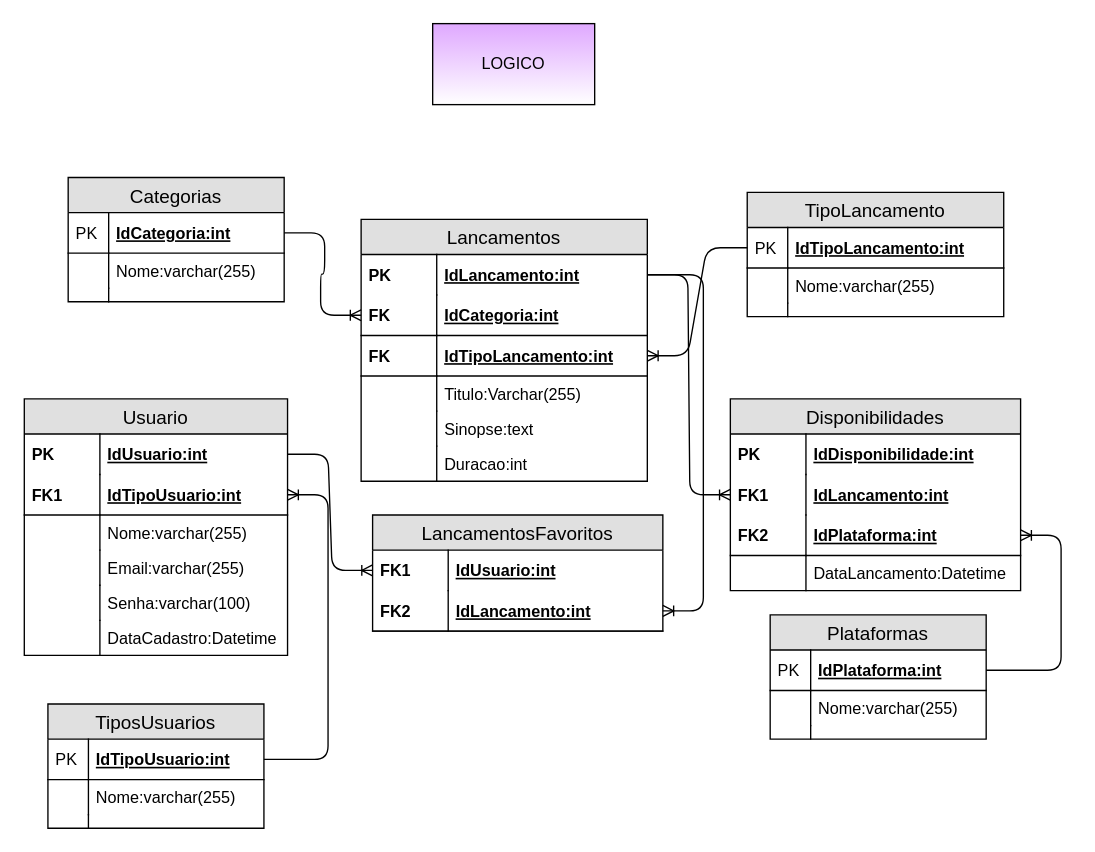
Above: page "LOGICO" (2 of 2) of BD/M_Opflix/M_diagrama.drawio in lukkanog/2s2019-sprint1-bd (draw.io), before the change. Source tidied: cells renumbered, new cells numbered last; positions are measured from the earlier drawing's top-left corner, leaving out a move shared by most shapes. Both pictures are drawn from the tidied source at 135%, with x=0, y=0 at pixel (24, 23).
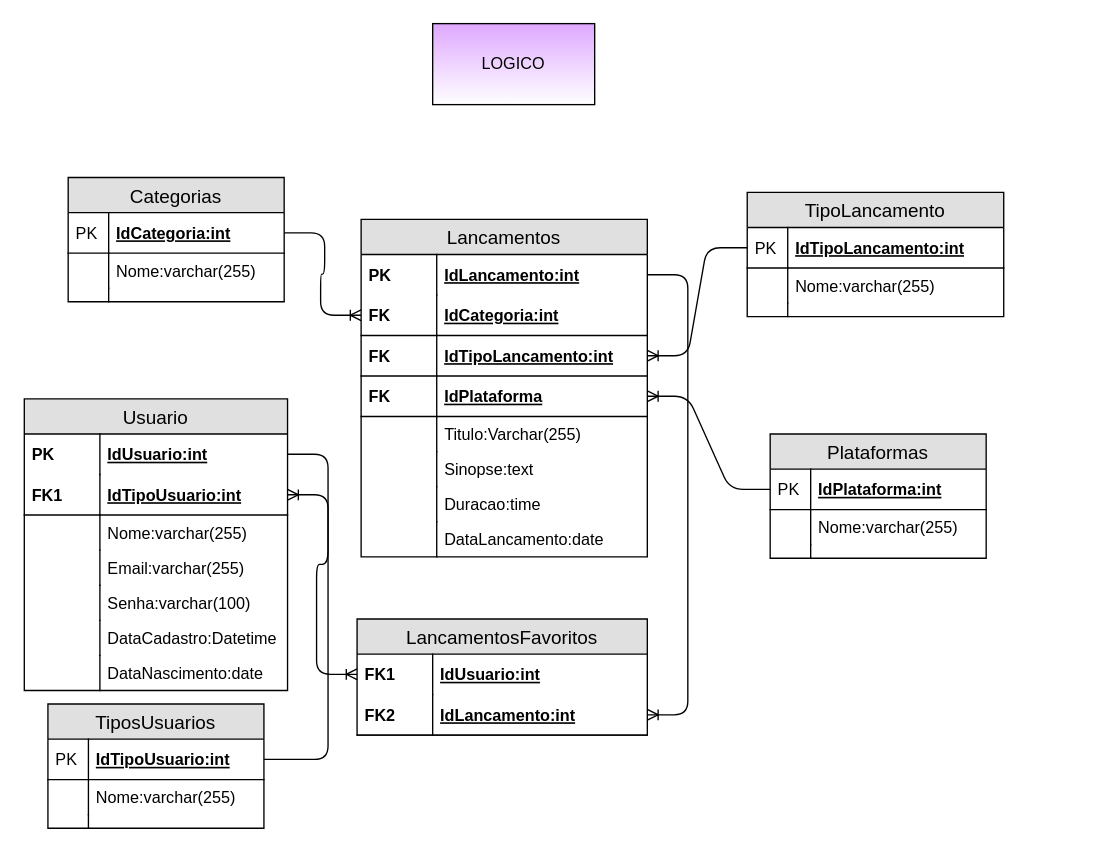
The same diagram, later.

Unchanged cells that the change refers to:
```xml
<mxCell id="38" value="IdLancamento:int" style="shape=partialRectangle;top=0;left=0;right=0;bottom=0;align=left;verticalAlign=middle;fillColor=none;spacingLeft=60;spacingRight=4;overflow=hidden;points=[[0,0.5],[1,0.5]];portConstraint=eastwest;fontStyle=5;fontSize=12;" parent="37" vertex="1">
  <mxGeometry y="26" width="212" height="30" as="geometry" />
</mxCell>
<mxCell id="63" value="IdPlataforma:int" style="shape=partialRectangle;top=0;left=0;right=0;bottom=1;align=left;verticalAlign=middle;fillColor=none;spacingLeft=34;spacingRight=4;overflow=hidden;points=[[0,0.5],[1,0.5]];portConstraint=eastwest;fontStyle=5;fontSize=12;" parent="62" vertex="1">
  <mxGeometry y="26" width="160" height="30" as="geometry" />
</mxCell>
```

What changed in the source:
```diff
@@
     <mxCell id="24" value="Usuario" style="swimlane;fontStyle=0;horizontal=1;startSize=26;fillColor=#e0e0e0;swimlaneFillColor=#ffffff;align=center;fontSize=14;" parent="1" vertex="1">
-      <mxGeometry x="-0.5" y="278" width="195" height="190" as="geometry" />
+      <mxGeometry x="-0.5" y="278" width="195" height="216" as="geometry" />
     </mxCell>
@@
+    <mxCell id="78" value="DataNascimento:date" style="shape=partialRectangle;top=0;left=0;right=0;bottom=0;align=left;verticalAlign=top;fillColor=none;spacingLeft=60;spacingRight=4;overflow=hidden;fontSize=12;" parent="24" vertex="1">
+      <mxGeometry y="190" width="195" height="26" as="geometry" />
+    </mxCell>
+    <mxCell id="79" style="shape=partialRectangle;top=0;left=0;bottom=0;fillColor=none;align=left;verticalAlign=top;spacingLeft=4;spacingRight=4;overflow=hidden;fontSize=12;" parent="78" vertex="1">
+      <mxGeometry width="56" height="26" as="geometry" />
+    </mxCell>
     <mxCell id="37" value="Lancamentos" style="swimlane;fontStyle=0;horizontal=1;startSize=26;fillColor=#e0e0e0;swimlaneFillColor=#ffffff;align=center;fontSize=14;" parent="1" vertex="1">
-      <mxGeometry x="249" y="145" width="212" height="194" as="geometry" />
+      <mxGeometry x="249" y="145" width="212" height="250" as="geometry" />
     </mxCell>
@@
+    <mxCell id="80" value="IdPlataforma" style="shape=partialRectangle;top=0;left=0;right=0;bottom=1;align=left;verticalAlign=middle;fillColor=none;spacingLeft=60;spacingRight=4;overflow=hidden;points=[[0,0.5],[1,0.5]];portConstraint=eastwest;fontStyle=5;fontSize=12;" parent="37" vertex="1">
+      <mxGeometry y="116" width="212" height="30" as="geometry" />
+    </mxCell>
+    <mxCell id="81" value="FK" style="shape=partialRectangle;fontStyle=1;top=0;left=0;bottom=0;fillColor=none;align=left;verticalAlign=middle;spacingLeft=4;spacingRight=4;overflow=hidden;fontSize=12;" parent="80" vertex="1">
+      <mxGeometry width="56" height="30" as="geometry" />
+    </mxCell>
     <mxCell id="44" value="Titulo:Varchar(255)" style="shape=partialRectangle;top=0;left=0;right=0;bottom=0;align=left;verticalAlign=top;fillColor=none;spacingLeft=60;spacingRight=4;overflow=hidden;fontSize=12;" parent="37" vertex="1">
-      <mxGeometry y="116" width="212" height="26" as="geometry" />
+      <mxGeometry y="146" width="212" height="26" as="geometry" />
     </mxCell>
@@
     <mxCell id="46" value="Sinopse:text" style="shape=partialRectangle;top=0;left=0;right=0;bottom=0;align=left;verticalAlign=top;fillColor=none;spacingLeft=60;spacingRight=4;overflow=hidden;fontSize=12;" parent="37" vertex="1">
-      <mxGeometry y="142" width="212" height="26" as="geometry" />
+      <mxGeometry y="172" width="212" height="26" as="geometry" />
     </mxCell>
@@
-    <mxCell id="48" value="Duracao:int" style="shape=partialRectangle;top=0;left=0;right=0;bottom=0;align=left;verticalAlign=top;fillColor=none;spacingLeft=60;spacingRight=4;overflow=hidden;fontSize=12;" parent="37" vertex="1">
-      <mxGeometry y="168" width="212" height="26" as="geometry" />
+    <mxCell id="48" value="Duracao:time" style="shape=partialRectangle;top=0;left=0;right=0;bottom=0;align=left;verticalAlign=top;fillColor=none;spacingLeft=60;spacingRight=4;overflow=hidden;fontSize=12;" parent="37" vertex="1">
+      <mxGeometry y="198" width="212" height="26" as="geometry" />
     </mxCell>
@@
+    <mxCell id="82" value="DataLancamento:date" style="shape=partialRectangle;top=0;left=0;right=0;bottom=0;align=left;verticalAlign=top;fillColor=none;spacingLeft=60;spacingRight=4;overflow=hidden;fontSize=12;" parent="37" vertex="1">
+      <mxGeometry y="224" width="212" height="26" as="geometry" />
+    </mxCell>
+    <mxCell id="83" style="shape=partialRectangle;top=0;left=0;bottom=0;fillColor=none;align=left;verticalAlign=top;spacingLeft=4;spacingRight=4;overflow=hidden;fontSize=12;" parent="82" vertex="1">
+      <mxGeometry width="56" height="26" as="geometry" />
+    </mxCell>
@@
-    <mxCell id="53" value="Disponibilidades" style="swimlane;fontStyle=0;horizontal=1;startSize=26;fillColor=#e0e0e0;swimlaneFillColor=#ffffff;align=center;fontSize=14;" parent="1" vertex="1">
-      <mxGeometry x="522.5" y="278" width="215" height="142" as="geometry" />
-    </mxCell>
-    <mxCell id="54" value="IdDisponibilidade:int" style="shape=partialRectangle;top=0;left=0;right=0;bottom=0;align=left;verticalAlign=middle;fillColor=none;spacingLeft=60;spacingRight=4;overflow=hidden;fontStyle=5;fontSize=12;" parent="53" vertex="1">
-      <mxGeometry y="26" width="215" height="30" as="geometry" />
-    </mxCell>
-    <mxCell id="55" value="PK" style="shape=partialRectangle;fontStyle=1;top=0;left=0;bottom=0;fillColor=none;align=left;verticalAlign=middle;spacingLeft=4;spacingRight=4;overflow=hidden;fontSize=12;" parent="54" vertex="1">
-      <mxGeometry width="56" height="30" as="geometry" />
-    </mxCell>
-    <mxCell id="56" value="IdLancamento:int" style="shape=partialRectangle;top=0;left=0;right=0;bottom=0;align=left;verticalAlign=middle;fillColor=none;spacingLeft=60;spacingRight=4;overflow=hidden;points=[[0,0.5],[1,0.5]];portConstraint=eastwest;fontStyle=5;fontSize=12;" parent="53" vertex="1">
-      <mxGeometry y="56" width="215" height="30" as="geometry" />
-    </mxCell>
-    <mxCell id="57" value="FK1" style="shape=partialRectangle;fontStyle=1;top=0;left=0;bottom=0;fillColor=none;align=left;verticalAlign=middle;spacingLeft=4;spacingRight=4;overflow=hidden;fontSize=12;" parent="56" vertex="1">
-      <mxGeometry width="56" height="30" as="geometry" />
-    </mxCell>
-    <mxCell id="58" value="IdPlataforma:int" style="shape=partialRectangle;top=0;left=0;right=0;bottom=1;align=left;verticalAlign=middle;fillColor=none;spacingLeft=60;spacingRight=4;overflow=hidden;points=[[0,0.5],[1,0.5]];portConstraint=eastwest;fontStyle=5;fontSize=12;" parent="53" vertex="1">
-      <mxGeometry y="86" width="215" height="30" as="geometry" />
-    </mxCell>
-    <mxCell id="59" value="FK2" style="shape=partialRectangle;fontStyle=1;top=0;left=0;bottom=0;fillColor=none;align=left;verticalAlign=middle;spacingLeft=4;spacingRight=4;overflow=hidden;fontSize=12;" parent="58" vertex="1">
-      <mxGeometry width="56" height="30" as="geometry" />
-    </mxCell>
-    <mxCell id="60" value="DataLancamento:Datetime" style="shape=partialRectangle;top=0;left=0;right=0;bottom=0;align=left;verticalAlign=top;fillColor=none;spacingLeft=60;spacingRight=4;overflow=hidden;fontSize=12;" parent="53" vertex="1">
-      <mxGeometry y="116" width="215" height="26" as="geometry" />
-    </mxCell>
-    <mxCell id="61" style="shape=partialRectangle;top=0;left=0;bottom=0;fillColor=none;align=left;verticalAlign=top;spacingLeft=4;spacingRight=4;overflow=hidden;fontSize=12;" parent="60" vertex="1">
-      <mxGeometry width="56" height="26" as="geometry" />
-    </mxCell>
     <mxCell id="62" value="Plataformas" style="swimlane;fontStyle=0;horizontal=1;startSize=26;fillColor=#e0e0e0;swimlaneFillColor=#ffffff;align=center;fontSize=14;" parent="1" vertex="1">
-      <mxGeometry x="552" y="438" width="160" height="92" as="geometry" />
+      <mxGeometry x="552" y="304" width="160" height="92" as="geometry" />
     </mxCell>
@@
     <mxCell id="69" value="LancamentosFavoritos" style="swimlane;fontStyle=0;horizontal=1;startSize=26;fillColor=#e0e0e0;swimlaneFillColor=#ffffff;align=center;fontSize=14;" parent="1" vertex="1">
-      <mxGeometry x="257.5" y="364" width="215" height="86" as="geometry" />
+      <mxGeometry x="246" y="441" width="215" height="86" as="geometry" />
     </mxCell>
@@
-    <mxCell id="74" style="edgeStyle=entityRelationEdgeStyle;fontSize=12;html=1;endArrow=ERoneToMany;" parent="1" edge="1" source="38" target="56">
-      <mxGeometry relative="1" as="geometry" />
-    </mxCell>
@@
-    <mxCell id="76" style="edgeStyle=entityRelationEdgeStyle;fontSize=12;html=1;endArrow=ERoneToMany;" parent="1" edge="1" source="63" target="58">
-      <mxGeometry relative="1" as="geometry" />
-    </mxCell>
@@
+    <mxCell id="84" style="edgeStyle=entityRelationEdgeStyle;fontSize=12;html=1;endArrow=ERoneToMany;" parent="1" edge="1" source="63" target="80">
+      <mxGeometry relative="1" as="geometry" />
+    </mxCell>
```
